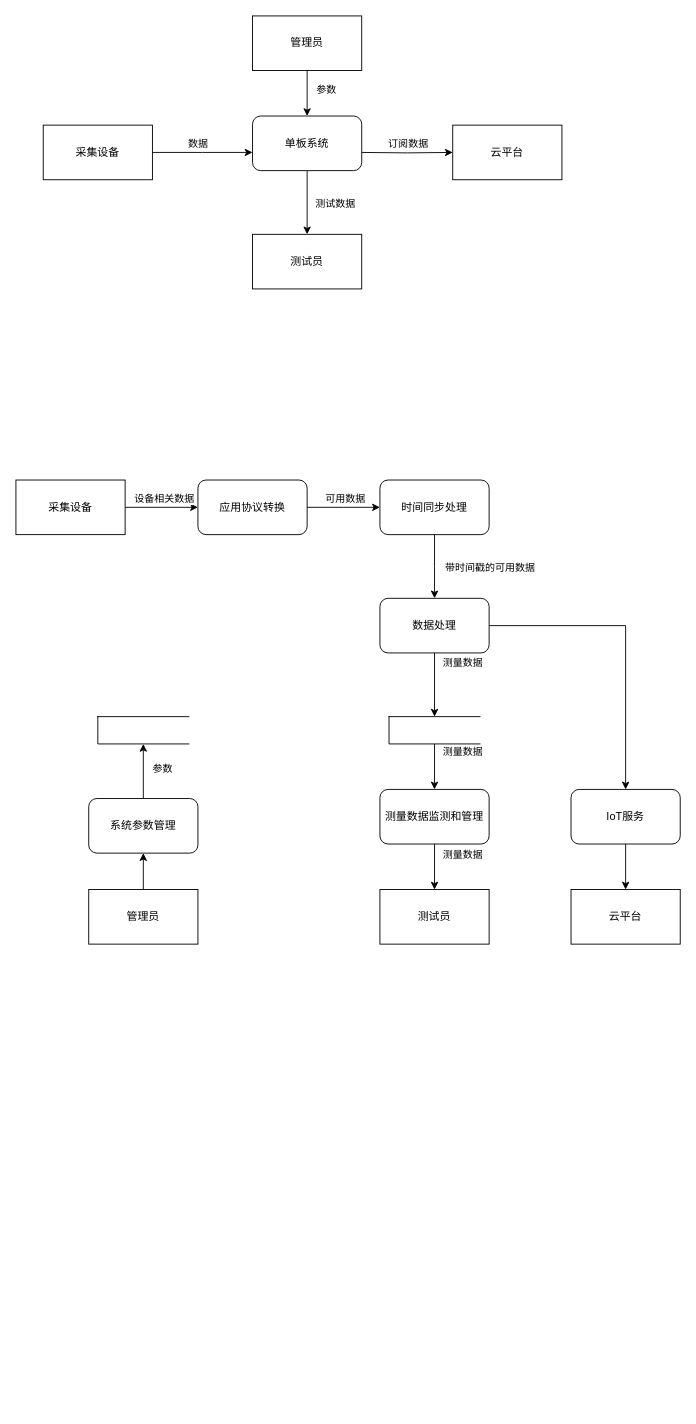
Before: RaspPI/general design.drawio in zhugy08/drawio, a draw.io diagram. Source tidied: cells renumbered, new cells numbered last; positions are measured from the earlier drawing's top-left corner, leaving out a move shared by most shapes. Both pictures are drawn from the tidied source at 91%, with x=0, y=0 at pixel (15, 15).
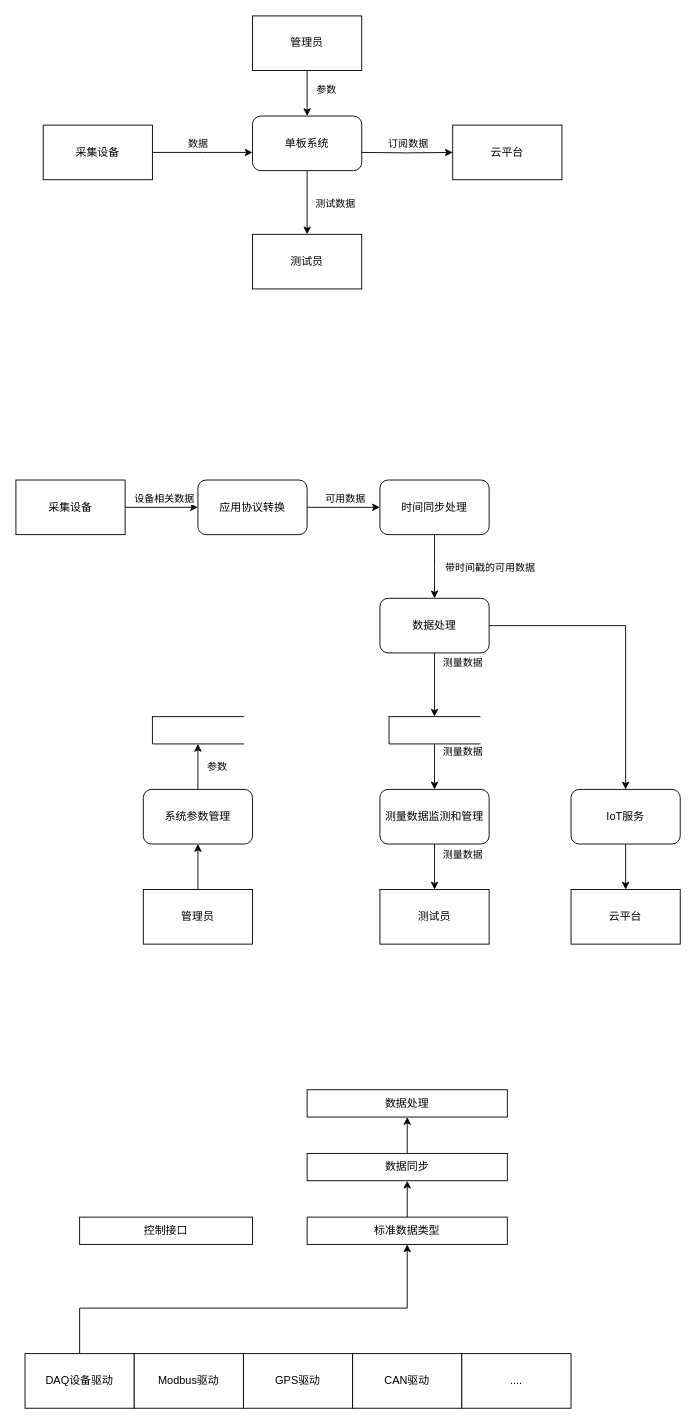
Above is the later version.

What changed in the source:
```diff
@@
     <mxCell id="37" value="系统参数管理" style="rounded=1;whiteSpace=wrap;html=1;" parent="1" vertex="1">
-      <mxGeometry x="80" y="860" width="120" height="60" as="geometry" />
+      <mxGeometry x="140" y="850" width="120" height="60" as="geometry" />
     </mxCell>
@@
     <mxCell id="39" value="管理员" style="rounded=0;whiteSpace=wrap;html=1;" parent="1" vertex="1">
-      <mxGeometry x="80" y="960" width="120" height="60" as="geometry" />
+      <mxGeometry x="140" y="960" width="120" height="60" as="geometry" />
     </mxCell>
     <mxCell id="40" style="html=1;dashed=0;whitespace=wrap;shape=partialRectangle;right=0;" parent="1" vertex="1">
-      <mxGeometry x="90" y="770" width="100" height="30" as="geometry" />
+      <mxGeometry x="150" y="770" width="100" height="30" as="geometry" />
     </mxCell>
@@
+    <mxCell id="44" style="edgeStyle=orthogonalEdgeStyle;rounded=0;jettySize=auto;html=1;entryX=0.5;entryY=1;entryDx=0;entryDy=0;" parent="1" edge="1" source="45" target="54">
+      <mxGeometry relative="1" as="geometry" />
+    </mxCell>
+    <mxCell id="45" value="标准数据类型" style="rounded=0;whiteSpace=wrap;html=1;" parent="1" vertex="1">
+      <mxGeometry x="320" y="1320" width="220" height="30" as="geometry" />
+    </mxCell>
+    <mxCell id="46" value="控制接口" style="rounded=0;whiteSpace=wrap;html=1;" parent="1" vertex="1">
+      <mxGeometry x="70" y="1320" width="190" height="30" as="geometry" />
+    </mxCell>
+    <mxCell id="47" style="edgeStyle=orthogonalEdgeStyle;rounded=0;jettySize=auto;html=1;entryX=0.5;entryY=1;entryDx=0;entryDy=0;" parent="1" edge="1" source="48" target="45">
+      <mxGeometry relative="1" as="geometry">
+        <Array as="points">
+          <mxPoint x="70" y="1420" />
+          <mxPoint x="430" y="1420" />
+        </Array>
+      </mxGeometry>
+    </mxCell>
+    <mxCell id="48" value="DAQ设备驱动" style="rounded=0;whiteSpace=wrap;html=1;" parent="1" vertex="1">
+      <mxGeometry x="10" y="1470" width="120" height="60" as="geometry" />
+    </mxCell>
+    <mxCell id="49" value="Modbus驱动" style="rounded=0;whiteSpace=wrap;html=1;" parent="1" vertex="1">
+      <mxGeometry x="130" y="1470" width="120" height="60" as="geometry" />
+    </mxCell>
+    <mxCell id="50" value="GPS驱动" style="rounded=0;whiteSpace=wrap;html=1;" parent="1" vertex="1">
+      <mxGeometry x="250" y="1470" width="120" height="60" as="geometry" />
+    </mxCell>
+    <mxCell id="51" value="CAN驱动" style="rounded=0;whiteSpace=wrap;html=1;" parent="1" vertex="1">
+      <mxGeometry x="370" y="1470" width="120" height="60" as="geometry" />
+    </mxCell>
+    <mxCell id="52" value="...." style="rounded=0;whiteSpace=wrap;html=1;" parent="1" vertex="1">
+      <mxGeometry x="490" y="1470" width="120" height="60" as="geometry" />
+    </mxCell>
+    <mxCell id="53" style="edgeStyle=orthogonalEdgeStyle;rounded=0;jettySize=auto;html=1;" parent="1" edge="1" source="54" target="55">
+      <mxGeometry relative="1" as="geometry" />
+    </mxCell>
+    <mxCell id="54" value="数据同步" style="rounded=0;whiteSpace=wrap;html=1;" parent="1" vertex="1">
+      <mxGeometry x="320" y="1250" width="220" height="30" as="geometry" />
+    </mxCell>
+    <mxCell id="55" value="数据处理" style="rounded=0;whiteSpace=wrap;html=1;" parent="1" vertex="1">
+      <mxGeometry x="320" y="1180" width="220" height="30" as="geometry" />
+    </mxCell>
```
